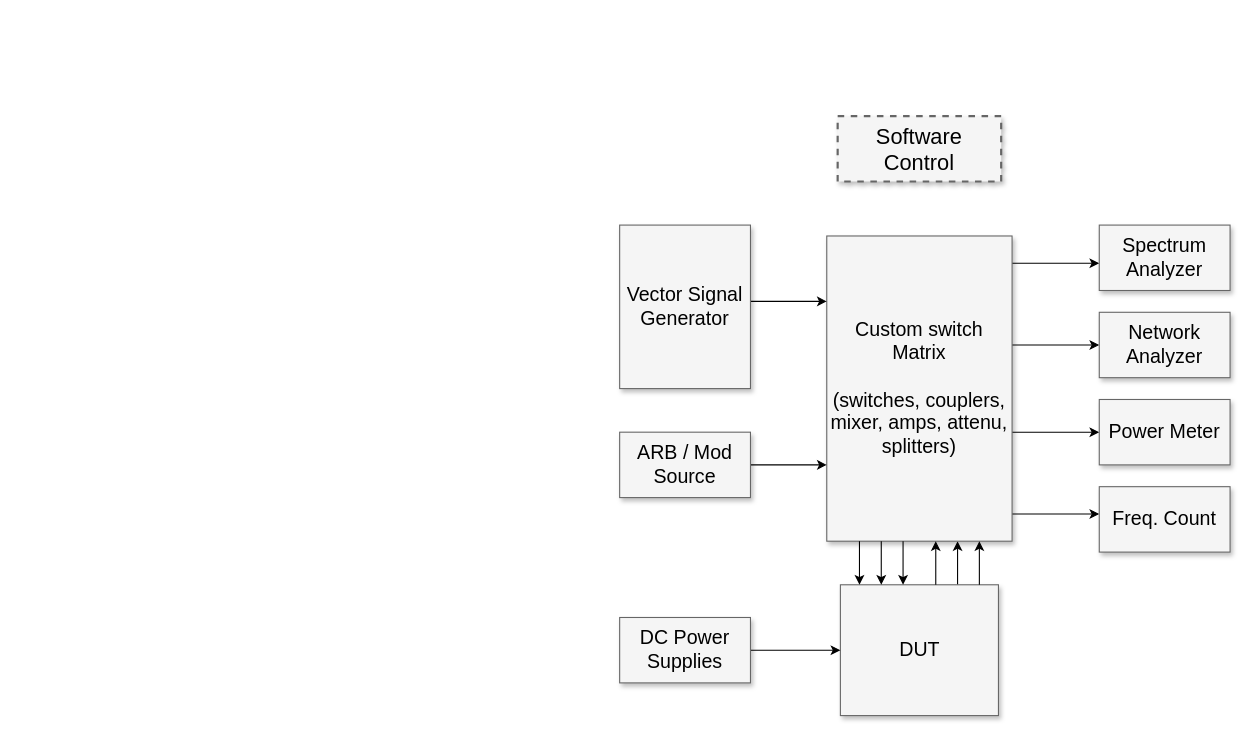
This is Диаграмма без названия.drawio from alezalez8/alezalez8, a draw.io file, before an edit. Source tidied: cells renumbered, new cells numbered last; positions are measured from the earlier drawing's top-left corner, leaving out a move shared by most shapes. Both pictures are drawn from the tidied source at 109%, with x=0, y=0 at pixel (619, 116).
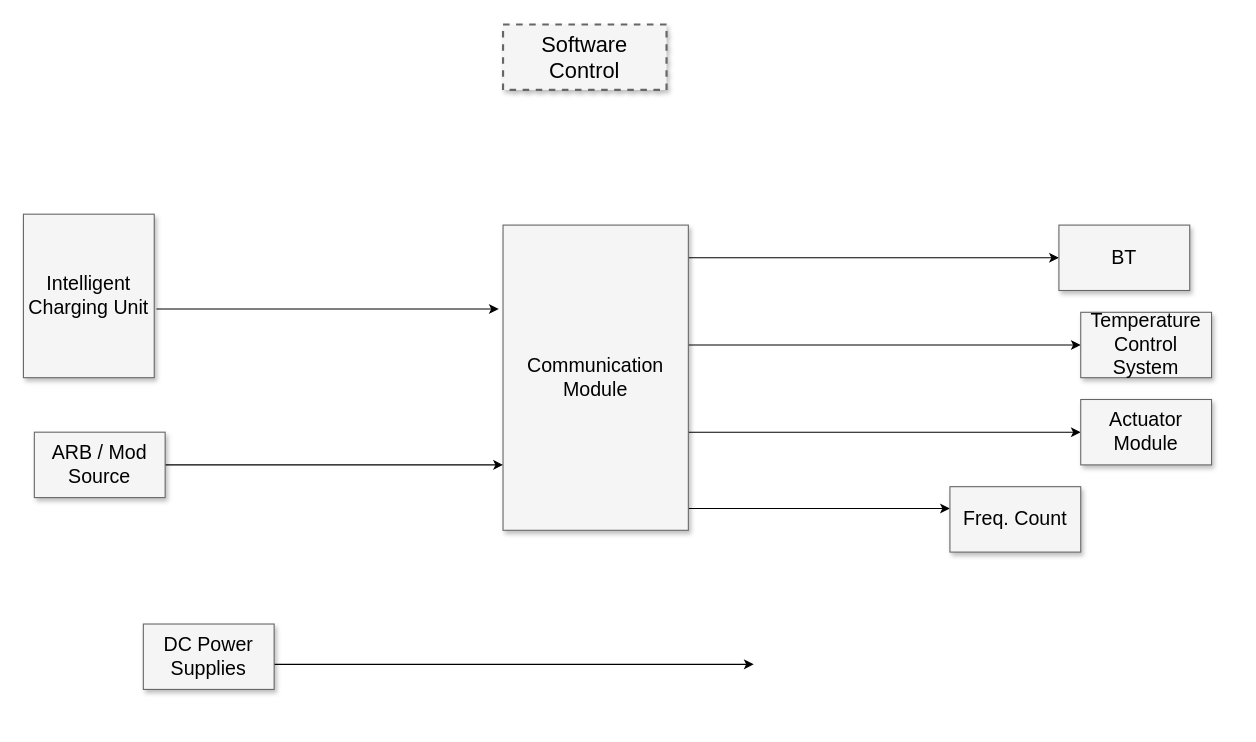
Above is the later version.

What changed in the source:
```diff
@@
     <mxCell id="2" value="Software Control" style="whiteSpace=wrap;html=1;shadow=1;fontSize=20;fillColor=#f5f5f5;strokeColor=#666666;strokeWidth=2;dashed=1;" parent="1" vertex="1">
-      <mxGeometry x="200" width="150" height="60" as="geometry" />
+      <mxGeometry x="-107" y="-84" width="150" height="60" as="geometry" />
     </mxCell>
@@
-    <mxCell id="7" style="edgeStyle=elbowEdgeStyle;rounded=0;html=1;startArrow=none;startFill=0;jettySize=auto;fontSize=18;" parent="1" edge="1" source="17" target="8">
-      <mxGeometry relative="1" as="geometry">
-        <Array as="points">
-          <mxPoint x="310" y="410" />
-        </Array>
-      </mxGeometry>
-    </mxCell>
-    <mxCell id="8" value="Custom switch Matrix&lt;div&gt;&lt;br&gt;&lt;/div&gt;&lt;div&gt;(switches, couplers, mixer, amps, attenu, splitters)&lt;/div&gt;" style="whiteSpace=wrap;html=1;shadow=1;fontSize=18;fillColor=#f5f5f5;strokeColor=#666666;" parent="1" vertex="1">
-      <mxGeometry x="190" y="110" width="170" height="280" as="geometry" />
+    <mxCell id="8" value="Communication Module" style="whiteSpace=wrap;html=1;shadow=1;fontSize=18;fillColor=#f5f5f5;strokeColor=#666666;" parent="1" vertex="1">
+      <mxGeometry x="-107" y="100" width="170" height="280" as="geometry" />
     </mxCell>
-    <mxCell id="9" value="Spectrum Analyzer" style="whiteSpace=wrap;html=1;shadow=1;fontSize=18;fillColor=#f5f5f5;strokeColor=#666666;" parent="1" vertex="1">
-      <mxGeometry x="440" y="100" width="120" height="60" as="geometry" />
+    <mxCell id="9" value="BT" style="whiteSpace=wrap;html=1;shadow=1;fontSize=18;fillColor=#f5f5f5;strokeColor=#666666;" parent="1" vertex="1">
+      <mxGeometry x="403" y="100" width="120" height="60" as="geometry" />
     </mxCell>
-    <mxCell id="10" value="Network Analyzer" style="whiteSpace=wrap;html=1;shadow=1;fontSize=18;fillColor=#f5f5f5;strokeColor=#666666;" parent="1" vertex="1">
-      <mxGeometry x="440" y="180" width="120" height="60" as="geometry" />
+    <mxCell id="10" value="Temperature Control System" style="whiteSpace=wrap;html=1;shadow=1;fontSize=18;fillColor=#f5f5f5;strokeColor=#666666;" parent="1" vertex="1">
+      <mxGeometry x="423" y="180" width="120" height="60" as="geometry" />
     </mxCell>
-    <mxCell id="11" value="Power Meter" style="whiteSpace=wrap;html=1;shadow=1;fontSize=18;fillColor=#f5f5f5;strokeColor=#666666;" parent="1" vertex="1">
-      <mxGeometry x="440" y="260" width="120" height="60" as="geometry" />
+    <mxCell id="11" value="Actuator Module" style="whiteSpace=wrap;html=1;shadow=1;fontSize=18;fillColor=#f5f5f5;strokeColor=#666666;" parent="1" vertex="1">
+      <mxGeometry x="423" y="260" width="120" height="60" as="geometry" />
     </mxCell>
     <mxCell id="12" value="Freq. Count" style="whiteSpace=wrap;html=1;shadow=1;fontSize=18;fillColor=#f5f5f5;strokeColor=#666666;" parent="1" vertex="1">
-      <mxGeometry x="440" y="340" width="120" height="60" as="geometry" />
+      <mxGeometry x="303" y="340" width="120" height="60" as="geometry" />
     </mxCell>
-    <mxCell id="13" style="edgeStyle=elbowEdgeStyle;rounded=0;html=1;startArrow=none;startFill=0;jettySize=auto;fontSize=18;elbow=vertical;" parent="1" edge="1" source="14" target="8">
-      <mxGeometry relative="1" as="geometry">
-        <Array as="points">
-          <mxPoint x="160" y="170" />
-        </Array>
-      </mxGeometry>
-    </mxCell>
-    <mxCell id="14" value="Vector Signal Generator" style="whiteSpace=wrap;html=1;shadow=1;fontSize=18;fillColor=#f5f5f5;strokeColor=#666666;" parent="1" vertex="1">
-      <mxGeometry y="100" width="120" height="150" as="geometry" />
+    <mxCell id="14" value="Intelligent Charging Unit" style="whiteSpace=wrap;html=1;shadow=1;fontSize=18;fillColor=#f5f5f5;strokeColor=#666666;" parent="1" vertex="1">
+      <mxGeometry x="-547" y="90" width="120" height="150" as="geometry" />
     </mxCell>
@@
     <mxCell id="16" value="ARB / Mod Source" style="whiteSpace=wrap;html=1;shadow=1;fontSize=18;fillColor=#f5f5f5;strokeColor=#666666;" parent="1" vertex="1">
-      <mxGeometry y="290" width="120" height="60" as="geometry" />
+      <mxGeometry x="-537" y="290" width="120" height="60" as="geometry" />
     </mxCell>
-    <mxCell id="17" value="DUT" style="whiteSpace=wrap;html=1;shadow=1;fontSize=18;fillColor=#f5f5f5;strokeColor=#666666;" parent="1" vertex="1">
-      <mxGeometry x="202.5" y="430" width="145" height="120" as="geometry" />
-    </mxCell>
-    <mxCell id="18" style="edgeStyle=elbowEdgeStyle;rounded=0;html=1;startArrow=none;startFill=0;jettySize=auto;fontSize=18;elbow=vertical;" parent="1" edge="1" source="19" target="17">
-      <mxGeometry relative="1" as="geometry" />
+    <mxCell id="18" style="edgeStyle=elbowEdgeStyle;rounded=0;html=1;startArrow=none;startFill=0;jettySize=auto;fontSize=18;elbow=vertical;" parent="1" edge="1" source="19">
+      <mxGeometry relative="1" as="geometry">
+        <mxPoint x="123" y="503" as="targetPoint" />
+      </mxGeometry>
     </mxCell>
     <mxCell id="19" value="DC Power Supplies" style="whiteSpace=wrap;html=1;shadow=1;fontSize=18;fillColor=#f5f5f5;strokeColor=#666666;" parent="1" vertex="1">
-      <mxGeometry y="460" width="120" height="60" as="geometry" />
+      <mxGeometry x="-437" y="466" width="120" height="60" as="geometry" />
     </mxCell>
-    <mxCell id="20" style="edgeStyle=elbowEdgeStyle;rounded=0;html=1;startArrow=none;startFill=0;jettySize=auto;fontSize=18;" parent="1" edge="1" source="17" target="8">
-      <mxGeometry relative="1" as="geometry">
-        <Array as="points">
-          <mxPoint x="330" y="410" />
-          <mxPoint x="310" y="410" />
-        </Array>
-      </mxGeometry>
-    </mxCell>
-    <mxCell id="21" style="edgeStyle=elbowEdgeStyle;rounded=0;html=1;startArrow=none;startFill=0;jettySize=auto;orthogonalLoop=1;fontSize=18;" parent="1" edge="1">
-      <mxGeometry relative="1" as="geometry">
-        <mxPoint x="290" y="430" as="sourcePoint" />
-        <mxPoint x="290" y="390" as="targetPoint" />
-        <Array as="points">
-          <mxPoint x="290" y="410" />
-          <mxPoint x="290" y="410" />
-        </Array>
-      </mxGeometry>
-    </mxCell>
-    <mxCell id="22" style="edgeStyle=elbowEdgeStyle;rounded=0;html=1;startArrow=none;startFill=0;jettySize=auto;orthogonalLoop=1;fontSize=18;" parent="1" edge="1">
-      <mxGeometry relative="1" as="geometry">
-        <mxPoint x="260" y="390" as="sourcePoint" />
-        <mxPoint x="260" y="430" as="targetPoint" />
-        <Array as="points">
-          <mxPoint x="260" y="410" />
-          <mxPoint x="290" y="420" />
-        </Array>
-      </mxGeometry>
-    </mxCell>
-    <mxCell id="23" style="edgeStyle=elbowEdgeStyle;rounded=0;html=1;startArrow=none;startFill=0;jettySize=auto;orthogonalLoop=1;fontSize=18;" parent="1" edge="1">
-      <mxGeometry relative="1" as="geometry">
-        <mxPoint x="240" y="390" as="sourcePoint" />
-        <mxPoint x="240" y="430" as="targetPoint" />
-        <Array as="points">
-          <mxPoint x="240" y="410" />
-          <mxPoint x="270" y="420" />
-        </Array>
-      </mxGeometry>
-    </mxCell>
-    <mxCell id="24" style="edgeStyle=elbowEdgeStyle;rounded=0;html=1;startArrow=none;startFill=0;jettySize=auto;orthogonalLoop=1;fontSize=18;" parent="1" edge="1">
-      <mxGeometry relative="1" as="geometry">
-        <mxPoint x="220" y="390" as="sourcePoint" />
-        <mxPoint x="220" y="430" as="targetPoint" />
-        <Array as="points">
-          <mxPoint x="220" y="410" />
-          <mxPoint x="250" y="420" />
-        </Array>
-      </mxGeometry>
-    </mxCell>
+    <mxCell id="13" style="endArrow=classic;html=1;rounded=0;exitX=1.017;exitY=0.58;exitDx=0;exitDy=0;exitPerimeter=0;entryX=-0.023;entryY=0.275;entryDx=0;entryDy=0;entryPerimeter=0;" parent="1" edge="1" source="14" target="8">
+      <mxGeometry relative="1" as="geometry" />
+    </mxCell>
```
